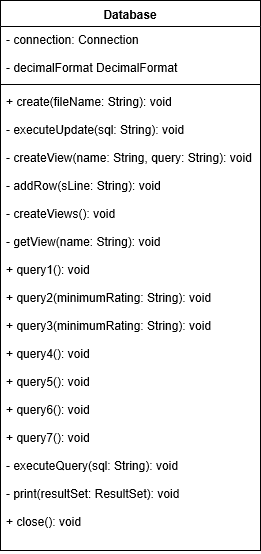
Earlier version of the draw.io export UML/Database.png (isEmmanuelOlowe/W07-Practical). Source tidied: cells renumbered, new cells last; positions are measured from the earlier drawing's top-left corner, leaving out a move shared by most shapes. Its diagram source:
```xml
<mxGraphModel>
  <root>
    <mxCell id="0" />
    <mxCell id="1" parent="0" />
    <mxCell id="2" value="Database" style="swimlane;fontStyle=1;align=center;verticalAlign=top;horizontal=1;startSize=26;" parent="1" vertex="1">
      <mxGeometry width="260" height="550" as="geometry" />
    </mxCell>
    <mxCell id="3" value="- connection: Connection&#10;&#10;- decimalFormat DecimalFormat&#10;" style="text;strokeColor=none;fillColor=none;align=left;verticalAlign=top;spacingLeft=4;spacingRight=4;overflow=hidden;" parent="2" vertex="1">
      <mxGeometry y="26" width="260" height="54" as="geometry" />
    </mxCell>
    <mxCell id="4" style="line;strokeWidth=1;fillColor=none;align=left;verticalAlign=middle;spacingTop=-1;spacingLeft=3;spacingRight=3;labelPosition=right;" parent="2" vertex="1">
      <mxGeometry y="80" width="260" height="8" as="geometry" />
    </mxCell>
    <mxCell id="5" value="+ create(fileName: String): void&#10;&#10;- executeUpdate(sql: String): void&#10;&#10;- createView(name: String, query: String): void&#10;&#10;- addRow(sLine: String): void&#10;&#10;- createViews(): void&#10;&#10;- getView(name: String): void&#10;&#10;+ query1(): void&#10;&#10;+ query2(minimumRating: String): void&#10;&#10;+ query3(minimumRating: String): void&#10;&#10;+ query4(): void&#10;&#10;+ query5(): void&#10;&#10;+ query6(): void&#10;&#10;+ query7(): void&#10;&#10;- executeQuery(sql: String): void&#10;&#10;- print(resultSet: ResultSet): void&#10;&#10;+ close(): void" style="text;strokeColor=none;fillColor=none;align=left;verticalAlign=top;spacingLeft=4;spacingRight=4;overflow=hidden;" parent="2" vertex="1">
      <mxGeometry y="88" width="260" height="462" as="geometry" />
    </mxCell>
  </root>
</mxGraphModel>
```
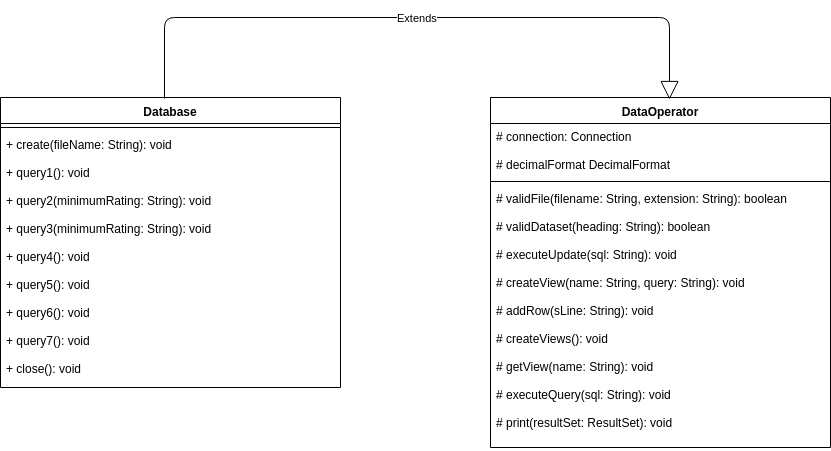
After the change.

What changed in the source:
```diff
@@ -3,16 +3,33 @@
     <mxCell id="0" />
     <mxCell id="1" parent="0" />
     <mxCell id="2" value="Database" style="swimlane;fontStyle=1;align=center;verticalAlign=top;horizontal=1;startSize=26;" parent="1" vertex="1">
-      <mxGeometry width="260" height="550" as="geometry" />
+      <mxGeometry width="340" height="290" as="geometry" />
     </mxCell>
-    <mxCell id="3" value="- connection: Connection&#10;&#10;- decimalFormat DecimalFormat&#10;" style="text;strokeColor=none;fillColor=none;align=left;verticalAlign=top;spacingLeft=4;spacingRight=4;overflow=hidden;" parent="2" vertex="1">
-      <mxGeometry y="26" width="260" height="54" as="geometry" />
-    </mxCell>
     <mxCell id="4" style="line;strokeWidth=1;fillColor=none;align=left;verticalAlign=middle;spacingTop=-1;spacingLeft=3;spacingRight=3;labelPosition=right;" parent="2" vertex="1">
-      <mxGeometry y="80" width="260" height="8" as="geometry" />
+      <mxGeometry y="26" width="340" height="8" as="geometry" />
     </mxCell>
-    <mxCell id="5" value="+ create(fileName: String): void&#10;&#10;- executeUpdate(sql: String): void&#10;&#10;- createView(name: String, query: String): void&#10;&#10;- addRow(sLine: String): void&#10;&#10;- createViews(): void&#10;&#10;- getView(name: String): void&#10;&#10;+ query1(): void&#10;&#10;+ query2(minimumRating: String): void&#10;&#10;+ query3(minimumRating: String): void&#10;&#10;+ query4(): void&#10;&#10;+ query5(): void&#10;&#10;+ query6(): void&#10;&#10;+ query7(): void&#10;&#10;- executeQuery(sql: String): void&#10;&#10;- print(resultSet: ResultSet): void&#10;&#10;+ close(): void" style="text;strokeColor=none;fillColor=none;align=left;verticalAlign=top;spacingLeft=4;spacingRight=4;overflow=hidden;" parent="2" vertex="1">
-      <mxGeometry y="88" width="260" height="462" as="geometry" />
+    <mxCell id="5" value="+ create(fileName: String): void&#10;&#10;+ query1(): void&#10;&#10;+ query2(minimumRating: String): void&#10;&#10;+ query3(minimumRating: String): void&#10;&#10;+ query4(): void&#10;&#10;+ query5(): void&#10;&#10;+ query6(): void&#10;&#10;+ query7(): void&#10;&#10;+ close(): void&#10;" style="text;strokeColor=none;fillColor=none;align=left;verticalAlign=top;spacingLeft=4;spacingRight=4;overflow=hidden;" parent="2" vertex="1">
+      <mxGeometry y="34" width="340" height="256" as="geometry" />
     </mxCell>
+    <mxCell id="6" value="DataOperator" style="swimlane;fontStyle=1;align=center;verticalAlign=top;horizontal=1;startSize=26;" parent="1" vertex="1">
+      <mxGeometry x="490" width="340" height="350" as="geometry" />
+    </mxCell>
+    <mxCell id="7" value="# connection: Connection&#10;&#10;# decimalFormat DecimalFormat&#10;" style="text;strokeColor=none;fillColor=none;align=left;verticalAlign=top;spacingLeft=4;spacingRight=4;overflow=hidden;" parent="6" vertex="1">
+      <mxGeometry y="26" width="340" height="54" as="geometry" />
+    </mxCell>
+    <mxCell id="8" style="line;strokeWidth=1;fillColor=none;align=left;verticalAlign=middle;spacingTop=-1;spacingLeft=3;spacingRight=3;labelPosition=right;" parent="6" vertex="1">
+      <mxGeometry y="80" width="340" height="8" as="geometry" />
+    </mxCell>
+    <mxCell id="9" value="# validFile(filename: String, extension: String): boolean&#10;&#10;# validDataset(heading: String): boolean&#10;&#10;# executeUpdate(sql: String): void&#10;&#10;# createView(name: String, query: String): void&#10;&#10;# addRow(sLine: String): void&#10;&#10;# createViews(): void&#10;&#10;# getView(name: String): void&#10;&#10;# executeQuery(sql: String): void&#10;&#10;# print(resultSet: ResultSet): void" style="text;strokeColor=none;fillColor=none;align=left;verticalAlign=top;spacingLeft=4;spacingRight=4;overflow=hidden;" parent="6" vertex="1">
+      <mxGeometry y="88" width="340" height="262" as="geometry" />
+    </mxCell>
+    <mxCell id="10" value="Extends" style="endArrow=block;endSize=16;endFill=0;html=1;exitX=0.482;exitY=0.003;exitDx=0;exitDy=0;exitPerimeter=0;entryX=0.526;entryY=0.006;entryDx=0;entryDy=0;entryPerimeter=0;" parent="1" edge="1" source="2" target="6">
+      <mxGeometry relative="1" as="geometry">
+        <Array as="points">
+          <mxPoint x="164" y="-80" />
+          <mxPoint x="669" y="-80" />
+        </Array>
+      </mxGeometry>
+    </mxCell>
   </root>
 </mxGraphModel>
```
